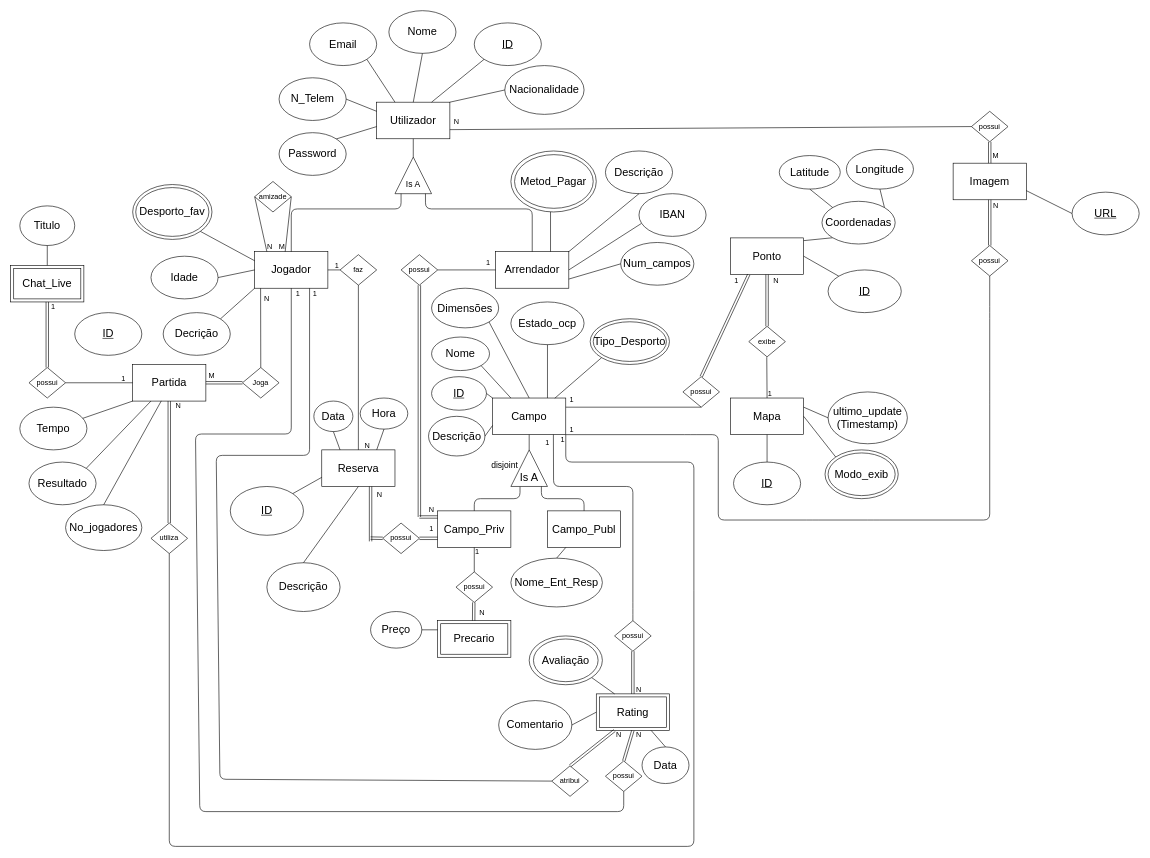
Paul-Y5/Projeto_SPORTSLINK-BD keeps this draw.io diagram as DER_SL.drawio. Above is the earlier version. Source tidied: cells renumbered, new cells numbered last; positions are measured from the earlier drawing's top-left corner, leaving out a move shared by most shapes. Both pictures are drawn from the tidied source at 61%, with x=0, y=0 at pixel (10, 10).
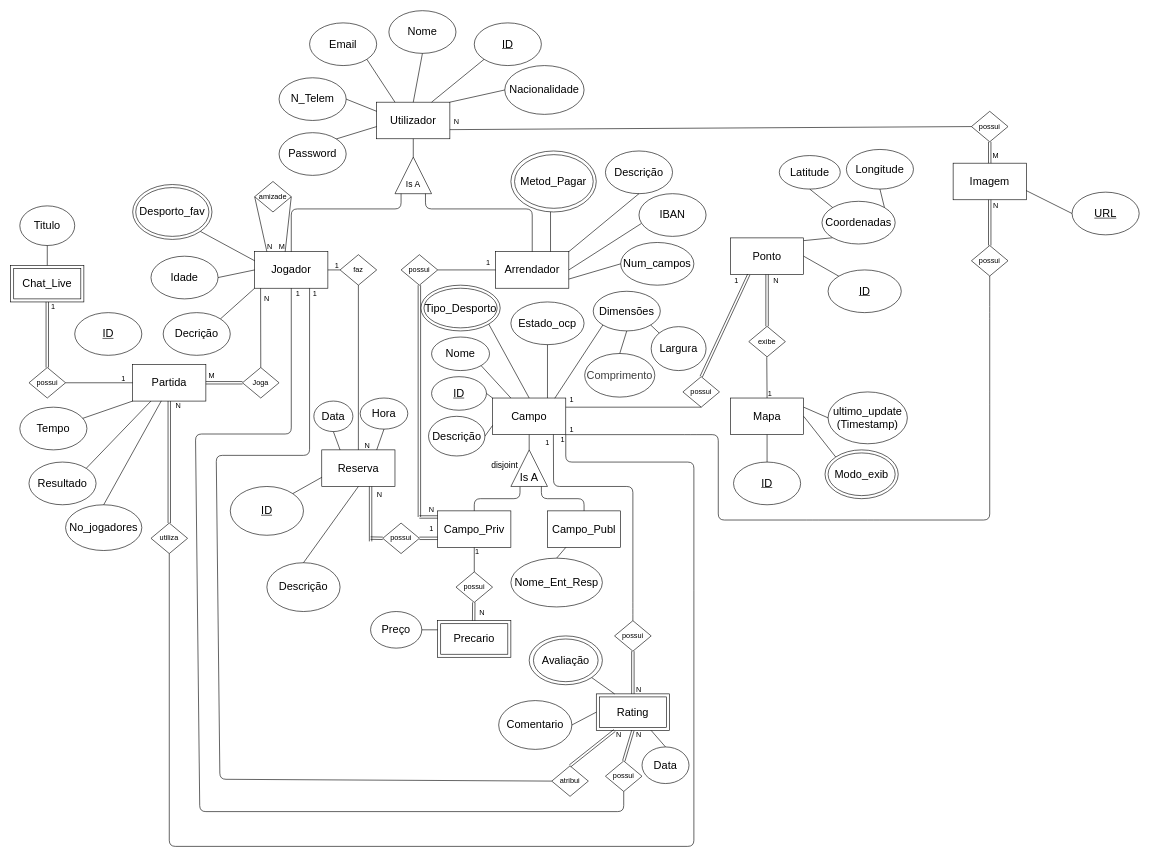
After the change.

The change refers to these unchanged cells:
```xml
<mxCell id="45" value="&lt;font style=&quot;font-size: 18px;&quot;&gt;Campo&lt;/font&gt;" style="rounded=0;whiteSpace=wrap;html=1;" parent="1" vertex="1">
  <mxGeometry x="790" y="635" width="120" height="60" as="geometry" />
</mxCell>
```

Change to the diagram source:
```diff
@@
     <mxCell id="58" value="&lt;span style=&quot;font-size: 18px;&quot;&gt;Dimensões&lt;/span&gt;" style="ellipse;whiteSpace=wrap;html=1;" parent="1" vertex="1">
-      <mxGeometry x="690" y="455" width="110" height="65" as="geometry" />
+      <mxGeometry x="955" y="460" width="110" height="65" as="geometry" />
     </mxCell>
@@
     <mxCell id="62" value="&lt;span style=&quot;font-size: 18px;&quot;&gt;Tipo_Desporto&lt;/span&gt;" style="ellipse;whiteSpace=wrap;html=1;" parent="1" vertex="1">
-      <mxGeometry x="950" y="505" width="130" height="75" as="geometry" />
+      <mxGeometry x="672.5" y="450" width="130" height="75" as="geometry" />
     </mxCell>
@@
-    <mxCell id="65" style="endArrow=none;html=1;exitX=1;exitY=1;exitDx=0;exitDy=0;entryX=0.5;entryY=0;entryDx=0;entryDy=0;" parent="1" edge="1" source="58" target="45">
+    <mxCell id="65" style="endArrow=none;html=1;exitX=1;exitY=1;exitDx=0;exitDy=0;entryX=0.5;entryY=0;entryDx=0;entryDy=0;" parent="1" edge="1" source="62" target="45">
       <mxGeometry relative="1" as="geometry" />
     </mxCell>
@@
-    <mxCell id="67" style="endArrow=none;html=1;exitX=0.85;exitY=0.006;exitDx=0;exitDy=0;entryX=0;entryY=1;entryDx=0;entryDy=0;exitPerimeter=0;" parent="1" edge="1" source="45" target="62">
+    <mxCell id="67" style="endArrow=none;html=1;exitX=0.85;exitY=0.006;exitDx=0;exitDy=0;entryX=0;entryY=1;entryDx=0;entryDy=0;exitPerimeter=0;" parent="1" edge="1" source="45" target="58">
       <mxGeometry relative="1" as="geometry" />
     </mxCell>
@@
     <mxCell id="70" style="ellipse;whiteSpace=wrap;html=1;fillColor=none;" parent="1" vertex="1">
-      <mxGeometry x="955" y="510" width="120" height="65" as="geometry" />
+      <mxGeometry x="677.5" y="455" width="120" height="65" as="geometry" />
     </mxCell>
@@
+    <mxCell id="193" value="&lt;span style=&quot;font-size: 18px;&quot;&gt;Largura&lt;/span&gt;" style="ellipse;whiteSpace=wrap;html=1;" parent="1" vertex="1">
+      <mxGeometry x="1050" y="518" width="90" height="72" as="geometry" />
+    </mxCell>
+    <mxCell id="194" value="&lt;span style=&quot;color: rgb(63, 63, 63); font-size: 18px;&quot;&gt;Comprimento&lt;/span&gt;" style="ellipse;whiteSpace=wrap;html=1;" parent="1" vertex="1">
+      <mxGeometry x="941" y="562" width="115" height="71.5" as="geometry" />
+    </mxCell>
+    <mxCell id="195" style="endArrow=none;html=1;exitX=0.5;exitY=0;exitDx=0;exitDy=0;entryX=0.5;entryY=1;entryDx=0;entryDy=0;" parent="1" edge="1" source="194" target="58">
+      <mxGeometry relative="1" as="geometry" />
+    </mxCell>
+    <mxCell id="196" style="endArrow=none;html=1;exitX=1;exitY=1;exitDx=0;exitDy=0;entryX=0;entryY=0;entryDx=0;entryDy=0;" parent="1" edge="1" source="58" target="193">
+      <mxGeometry relative="1" as="geometry" />
+    </mxCell>
```
